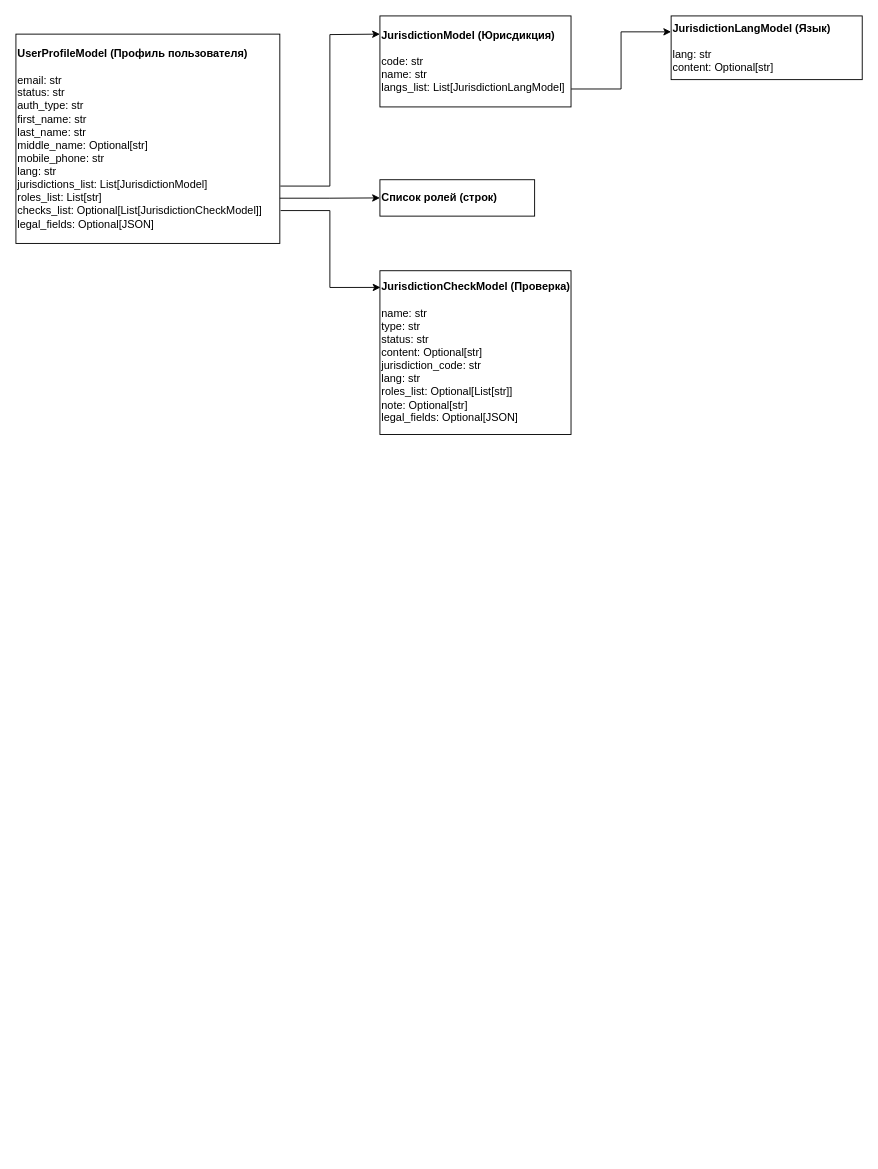
Earlier version of the draw.io diagram Структура объектов.drawio (rpurei/RETM-Schemes). Source tidied: cells renumbered, new cells numbered last; positions are measured from the earlier drawing's top-left corner, leaving out a move shared by most shapes. Both pictures are drawn from the tidied source at 91%, with x=0, y=0 at pixel (15, 15).
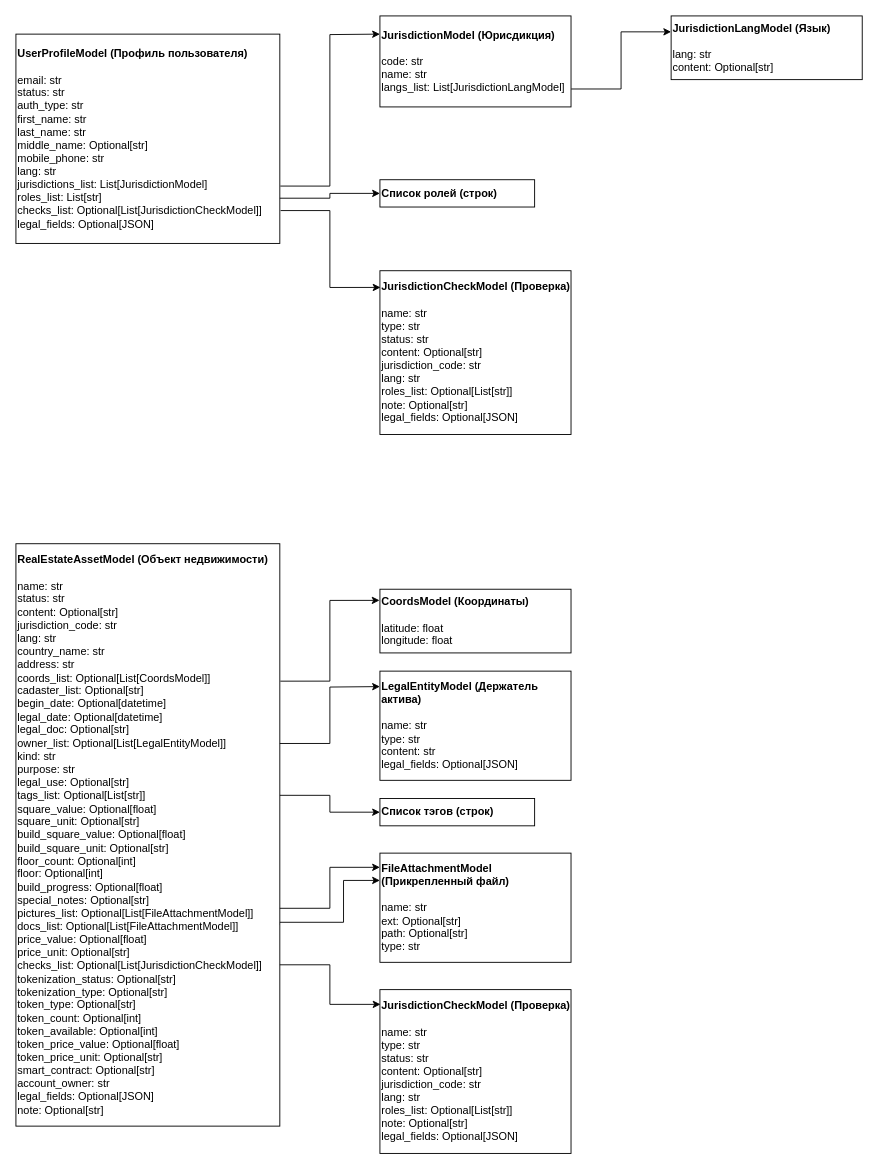
Above is the later version.

Diff of the diagram source:
```diff
@@
     <mxCell id="8" value="&lt;div&gt;&lt;b&gt;Список ролей (строк)&lt;/b&gt;&lt;/div&gt;" style="rounded=0;whiteSpace=wrap;html=1;align=left;" parent="1" vertex="1">
-      <mxGeometry x="400" y="180" width="170" height="40" as="geometry" />
+      <mxGeometry x="400" y="180" width="170" height="30" as="geometry" />
     </mxCell>
@@
+    <mxCell id="11" style="edgeStyle=orthogonalEdgeStyle;rounded=0;jettySize=auto;html=1;exitX=0.998;exitY=0.432;exitDx=0;exitDy=0;entryX=0;entryY=0.5;entryDx=0;entryDy=0;exitPerimeter=0;" parent="1" edge="1" source="14" target="15">
+      <mxGeometry relative="1" as="geometry" />
+    </mxCell>
+    <mxCell id="12" style="edgeStyle=orthogonalEdgeStyle;rounded=0;jettySize=auto;html=1;exitX=1.002;exitY=0.236;exitDx=0;exitDy=0;entryX=-0.002;entryY=0.175;entryDx=0;entryDy=0;entryPerimeter=0;exitPerimeter=0;" parent="1" edge="1" source="14" target="16">
+      <mxGeometry relative="1" as="geometry" />
+    </mxCell>
+    <mxCell id="13" style="edgeStyle=orthogonalEdgeStyle;rounded=0;jettySize=auto;html=1;exitX=0.998;exitY=0.655;exitDx=0;exitDy=0;entryX=0;entryY=0.25;entryDx=0;entryDy=0;exitPerimeter=0;" parent="1" edge="1" source="14" target="19">
+      <mxGeometry relative="1" as="geometry">
+        <Array as="points">
+          <mxPoint x="360" y="996" />
+          <mxPoint x="360" y="950" />
+        </Array>
+      </mxGeometry>
+    </mxCell>
+    <mxCell id="14" value="&lt;div&gt;&lt;b&gt;RealEstateAssetModel (Объект недвижимости)&lt;/b&gt;&lt;/div&gt;&lt;div&gt;&lt;br&gt;&lt;/div&gt;&lt;div&gt;name: str&lt;/div&gt;&lt;div&gt;status: str&lt;/div&gt;&lt;div&gt;content: Optional[str]&lt;/div&gt;&lt;div&gt;jurisdiction_code: str&lt;/div&gt;&lt;div&gt;lang: str&lt;/div&gt;&lt;div&gt;country_name: str&lt;/div&gt;&lt;div&gt;address: str&lt;/div&gt;&lt;div&gt;coords_list: Optional[List[CoordsModel]]&lt;/div&gt;&lt;div&gt;cadaster_list: Optional[str]&lt;/div&gt;&lt;div&gt;begin_date: Optional[datetime]&lt;/div&gt;&lt;div&gt;legal_date: Optional[datetime]&lt;/div&gt;&lt;div&gt;legal_doc: Optional[str]&lt;/div&gt;&lt;div&gt;owner_list: Optional[List[LegalEntityModel]]&lt;/div&gt;&lt;div&gt;kind: str&lt;/div&gt;&lt;div&gt;purpose: str&lt;/div&gt;&lt;div&gt;legal_use: Optional[str]&lt;/div&gt;&lt;div&gt;tags_list: Optional[List[str]]&lt;/div&gt;&lt;div&gt;square_value: Optional[float]&lt;/div&gt;&lt;div&gt;square_unit: Optional[str]&lt;/div&gt;&lt;div&gt;build_square_value: Optional[float]&lt;/div&gt;&lt;div&gt;build_square_unit: Optional[str]&lt;/div&gt;&lt;div&gt;floor_count: Optional[int]&lt;/div&gt;&lt;div&gt;floor: Optional[int]&lt;/div&gt;&lt;div&gt;build_progress: Optional[float]&lt;/div&gt;&lt;div&gt;special_notes: Optional[str]&lt;/div&gt;&lt;div&gt;pictures_list: Optional[List[FileAttachmentModel]]&lt;/div&gt;&lt;div&gt;docs_list: Optional[List[FileAttachmentModel]]&lt;/div&gt;&lt;div&gt;price_value: Optional[float]&lt;/div&gt;&lt;div&gt;price_unit: Optional[str]&lt;/div&gt;&lt;div&gt;checks_list: Optional[List[JurisdictionCheckModel]]&lt;/div&gt;&lt;div&gt;tokenization_status: Optional[str]&lt;/div&gt;&lt;div&gt;tokenization_type: Optional[str]&lt;/div&gt;&lt;div&gt;token_type: Optional[str]&lt;/div&gt;&lt;div&gt;token_count: Optional[int]&lt;/div&gt;&lt;div&gt;token_available: Optional[int]&lt;/div&gt;&lt;div&gt;token_price_value: Optional[float]&lt;/div&gt;&lt;div&gt;token_price_unit: Optional[str]&lt;/div&gt;&lt;div&gt;smart_contract: Optional[str]&lt;/div&gt;&lt;div&gt;account_owner: str&lt;/div&gt;&lt;div&gt;legal_fields: Optional[JSON]&lt;/div&gt;&lt;div&gt;note: Optional[str]&lt;/div&gt;" style="rounded=0;whiteSpace=wrap;html=1;align=left;" parent="1" vertex="1">
+      <mxGeometry y="580" width="290" height="640" as="geometry" />
+    </mxCell>
+    <mxCell id="15" value="&lt;div&gt;&lt;b&gt;Список тэгов (строк)&lt;/b&gt;&lt;/div&gt;" style="rounded=0;whiteSpace=wrap;html=1;align=left;" parent="1" vertex="1">
+      <mxGeometry x="400" y="860" width="170" height="30" as="geometry" />
+    </mxCell>
+    <mxCell id="16" value="&lt;div&gt;&lt;b&gt;CoordsModel (Координаты)&lt;/b&gt;&lt;/div&gt;&lt;div&gt;&lt;b&gt;&lt;br&gt;&lt;/b&gt;&lt;/div&gt;&lt;div&gt;latitude: float&lt;/div&gt;&lt;div&gt;longitude: float&lt;/div&gt;" style="rounded=0;whiteSpace=wrap;html=1;align=left;" parent="1" vertex="1">
+      <mxGeometry x="400" y="630" width="210" height="70" as="geometry" />
+    </mxCell>
+    <mxCell id="17" value="&lt;div&gt;&lt;b&gt;LegalEntityModel (Держатель актива)&lt;/b&gt;&lt;/div&gt;&lt;div&gt;&lt;b&gt;&lt;br&gt;&lt;/b&gt;&lt;/div&gt;&lt;div&gt;name: str&lt;/div&gt;&lt;div&gt;type: str&lt;/div&gt;&lt;div&gt;content: str&lt;/div&gt;&lt;div&gt;legal_fields: Optional[JSON]&lt;/div&gt;" style="rounded=0;whiteSpace=wrap;html=1;align=left;" parent="1" vertex="1">
+      <mxGeometry x="400" y="720" width="210" height="120" as="geometry" />
+    </mxCell>
+    <mxCell id="18" style="edgeStyle=orthogonalEdgeStyle;rounded=0;jettySize=auto;html=1;exitX=1;exitY=0.343;exitDx=0;exitDy=0;exitPerimeter=0;" parent="1" edge="1" source="14">
+      <mxGeometry relative="1" as="geometry">
+        <mxPoint x="400" y="737" as="targetPoint" />
+      </mxGeometry>
+    </mxCell>
+    <mxCell id="19" value="&lt;div&gt;&lt;b&gt;FileAttachmentModel&lt;/b&gt;&lt;/div&gt;&lt;div&gt;&lt;b&gt;(Прикрепленный файл)&lt;/b&gt;&lt;br&gt;&lt;/div&gt;&lt;div&gt;&lt;b&gt;&lt;br&gt;&lt;/b&gt;&lt;/div&gt;&lt;div&gt;&lt;div&gt;name: str&lt;/div&gt;&lt;div&gt;ext: Optional[str]&lt;/div&gt;&lt;div&gt;path: Optional[str]&lt;/div&gt;&lt;div&gt;type: str&lt;/div&gt;&lt;/div&gt;" style="rounded=0;whiteSpace=wrap;html=1;align=left;" parent="1" vertex="1">
+      <mxGeometry x="400" y="920" width="210" height="120" as="geometry" />
+    </mxCell>
+    <mxCell id="20" style="edgeStyle=orthogonalEdgeStyle;rounded=0;jettySize=auto;html=1;exitX=1;exitY=0.626;exitDx=0;exitDy=0;entryX=0;entryY=0.13;entryDx=0;entryDy=0;entryPerimeter=0;exitPerimeter=0;" parent="1" edge="1" source="14" target="19">
+      <mxGeometry relative="1" as="geometry" />
+    </mxCell>
+    <mxCell id="21" value="&lt;b&gt;JurisdictionCheckModel (Проверка)&lt;/b&gt;&lt;div&gt;&lt;br&gt;&lt;/div&gt;&lt;div&gt;&lt;div&gt;name: str&lt;/div&gt;&lt;div&gt;type: str&lt;/div&gt;&lt;div&gt;status: str&lt;/div&gt;&lt;div&gt;content: Optional[str]&lt;/div&gt;&lt;div&gt;jurisdiction_code: str&lt;/div&gt;&lt;div&gt;lang: str&lt;/div&gt;&lt;div&gt;roles_list: Optional[List[str]]&lt;/div&gt;&lt;div&gt;note: Optional[str]&lt;/div&gt;&lt;div&gt;legal_fields: Optional[JSON]&lt;/div&gt;&lt;/div&gt;" style="rounded=0;whiteSpace=wrap;html=1;align=left;" parent="1" vertex="1">
+      <mxGeometry x="400" y="1070" width="210" height="180" as="geometry" />
+    </mxCell>
+    <mxCell id="22" style="edgeStyle=orthogonalEdgeStyle;rounded=0;jettySize=auto;html=1;exitX=1;exitY=0.723;exitDx=0;exitDy=0;entryX=0.003;entryY=0.09;entryDx=0;entryDy=0;entryPerimeter=0;exitPerimeter=0;" parent="1" edge="1" source="14" target="21">
+      <mxGeometry relative="1" as="geometry" />
+    </mxCell>
```
